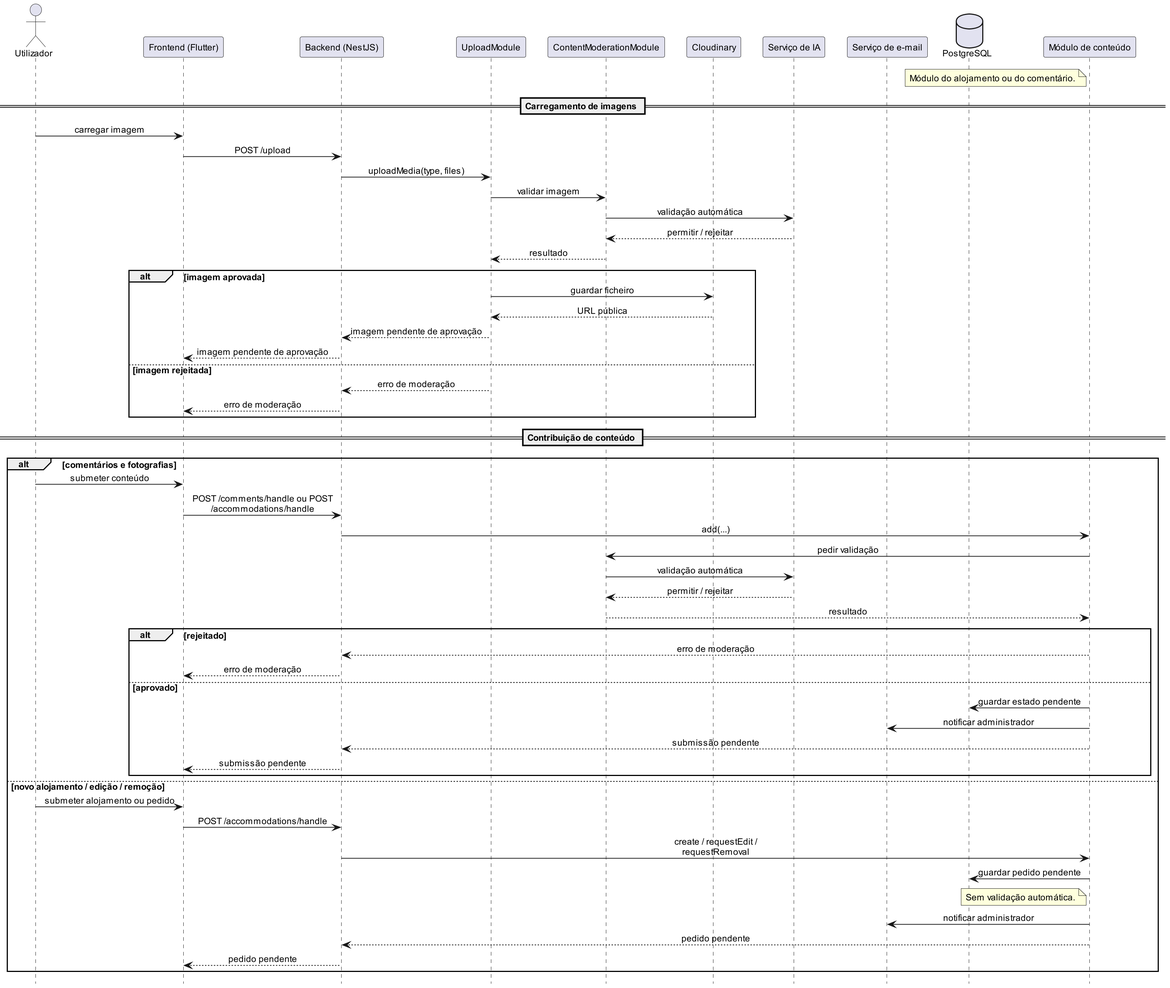
The PlantUML diagram docs/diagrams/png/communication-media-moderation-flow-a.png in alegna83/cookbook-be, before a commit.
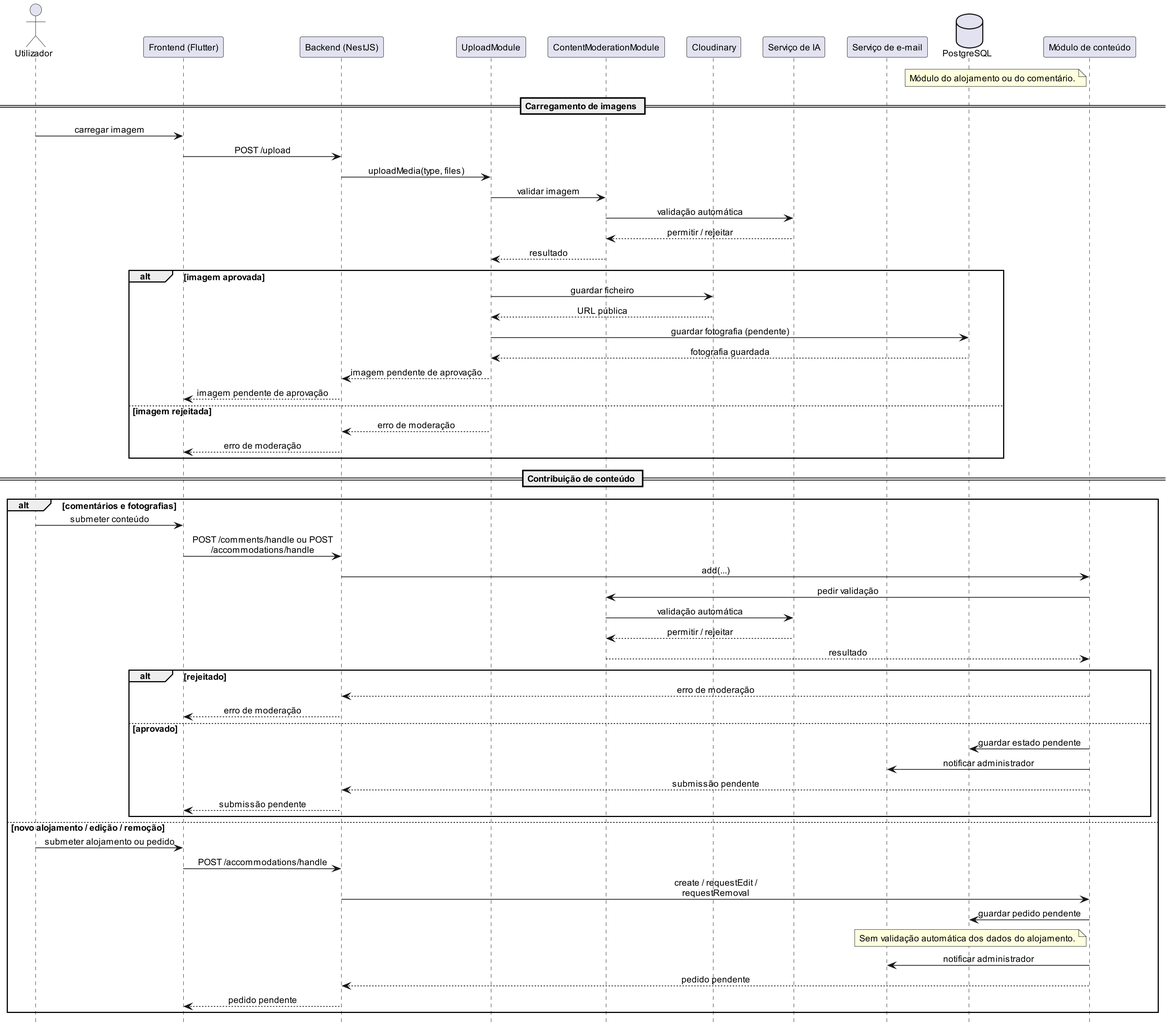
Above is the later version.

Commit message:
communication media moderation flow a

Diff of the diagram source:
```diff
@@ -38,6 +38,8 @@
 alt imagem aprovada
   UploadsModule -> Cloudinary : guardar ficheiro
   Cloudinary --> UploadsModule : URL pública
+  UploadsModule -> DB : guardar fotografia (pendente)
+  DB --> UploadsModule : fotografia guardada
   UploadsModule --> BE : imagem pendente de aprovação
   BE --> FE : imagem pendente de aprovação
 else imagem rejeitada
@@ -70,7 +72,7 @@
   BE -> ContentModule : create / requestEdit / requestRemoval
   ContentModule -> DB : guardar pedido pendente
   note left of ContentModule
-    Sem validação automática.
+    Sem validação automática dos dados do alojamento.
   end note
   ContentModule -> Email : notificar administrador
   ContentModule --> BE : pedido pendente
```
